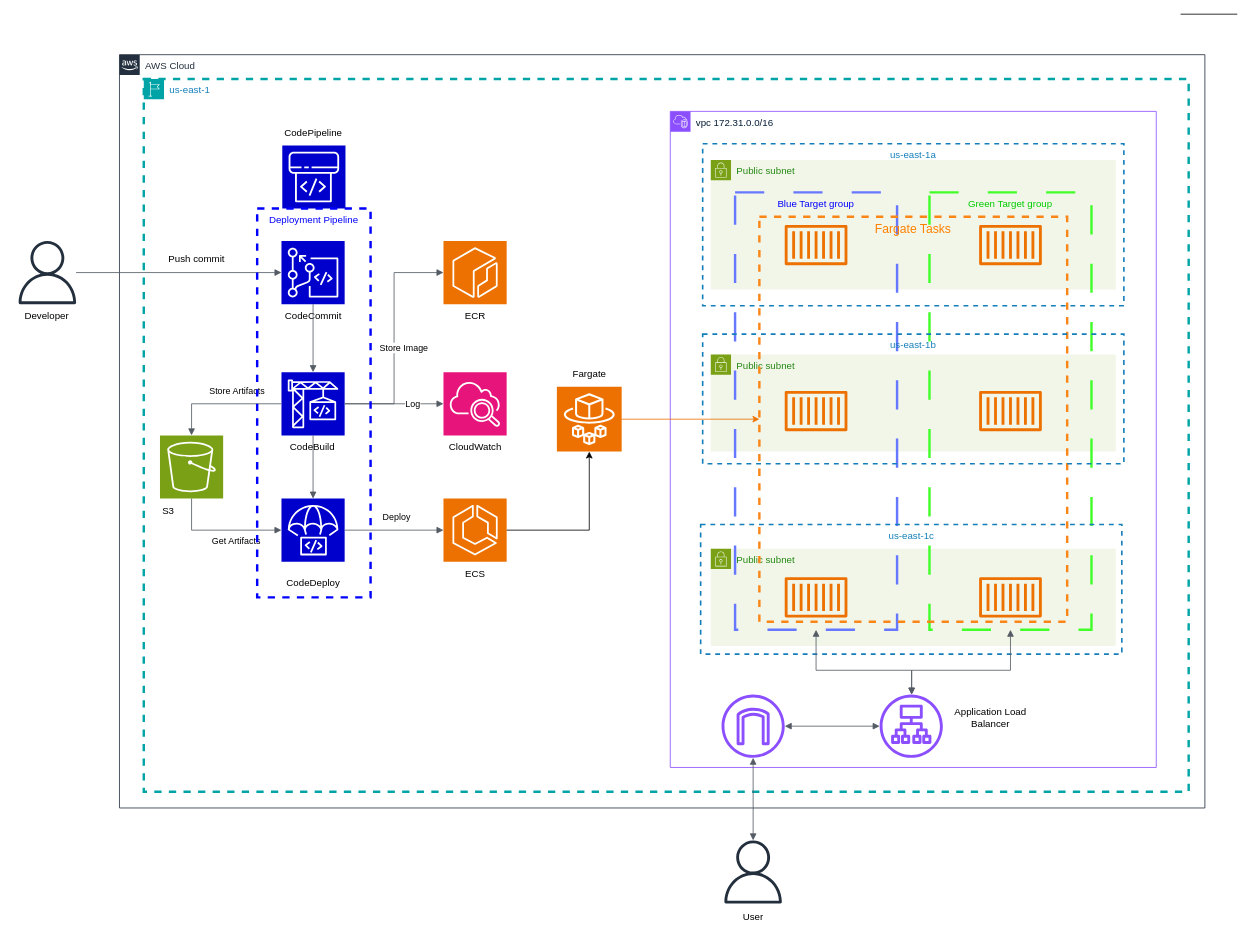
Earlier version of the draw.io diagram aws.drawio (HUNG-rushb/FCJ-Workshop-2). Source tidied: cells renumbered, new cells numbered last; positions are measured from the earlier drawing's top-left corner, leaving out a move shared by most shapes. Both pictures are drawn from the tidied source at 81%, with x=0, y=0 at pixel (14, 14).
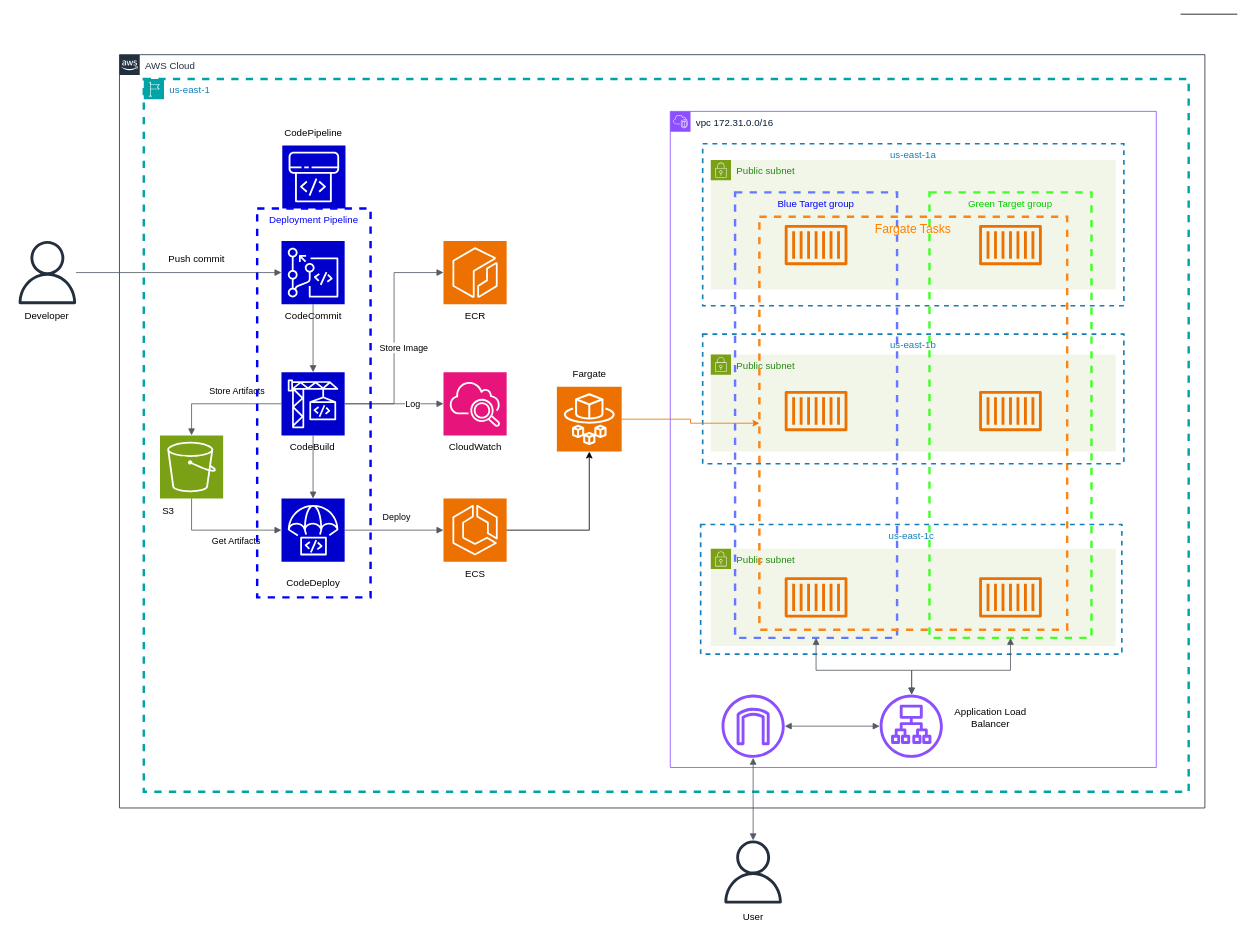
The same page after the edit.

Change to the diagram source:
```diff
@@
-    <mxCell id="48" value="&lt;font color=&quot;#0000ff&quot;&gt;Blue Target group&lt;/font&gt;" style="fillColor=none;strokeColor=#6678ff;dashed=1;verticalAlign=top;fontStyle=0;fontColor=#232F3D;whiteSpace=wrap;html=1;gradientColor=default;dashPattern=12 12;strokeWidth=3;" parent="1" vertex="1">
-      <mxGeometry x="890" y="220" width="200" height="540" as="geometry" />
+    <mxCell id="48" value="&lt;font color=&quot;#0000ff&quot;&gt;Blue Target group&lt;/font&gt;" style="fillColor=none;strokeColor=#6678ff;dashed=1;verticalAlign=top;fontStyle=0;fontColor=#232F3D;whiteSpace=wrap;html=1;gradientColor=default;strokeWidth=3;" parent="1" vertex="1">
+      <mxGeometry x="890" y="220" width="200" height="550" as="geometry" />
     </mxCell>
-    <mxCell id="49" value="&lt;font color=&quot;#00cc00&quot;&gt;Green Target group&lt;/font&gt;" style="fillColor=none;strokeColor=#42ff29;dashed=1;verticalAlign=top;fontStyle=0;fontColor=#232F3D;whiteSpace=wrap;html=1;gradientColor=default;dashPattern=12 12;strokeWidth=3;" parent="1" vertex="1">
-      <mxGeometry x="1130" y="220" width="200" height="540" as="geometry" />
+    <mxCell id="49" value="&lt;font color=&quot;#00cc00&quot;&gt;Green Target group&lt;/font&gt;" style="fillColor=none;strokeColor=#42ff29;dashed=1;verticalAlign=top;fontStyle=0;fontColor=#232F3D;whiteSpace=wrap;html=1;gradientColor=default;strokeWidth=3;" parent="1" vertex="1">
+      <mxGeometry x="1130" y="220" width="200" height="550" as="geometry" />
     </mxCell>
@@
     <mxCell id="56" value="&lt;font style=&quot;font-size: 15px;&quot; color=&quot;#ff8000&quot;&gt;Fargate Tasks&lt;/font&gt;" style="fillColor=none;strokeColor=#fb8618;dashed=1;verticalAlign=top;fontStyle=0;fontColor=#5A6C86;whiteSpace=wrap;html=1;strokeWidth=3;" parent="1" vertex="1">
-      <mxGeometry x="920" y="250" width="380" height="500" as="geometry" />
+      <mxGeometry x="920" y="250" width="380" height="510" as="geometry" />
     </mxCell>
```
